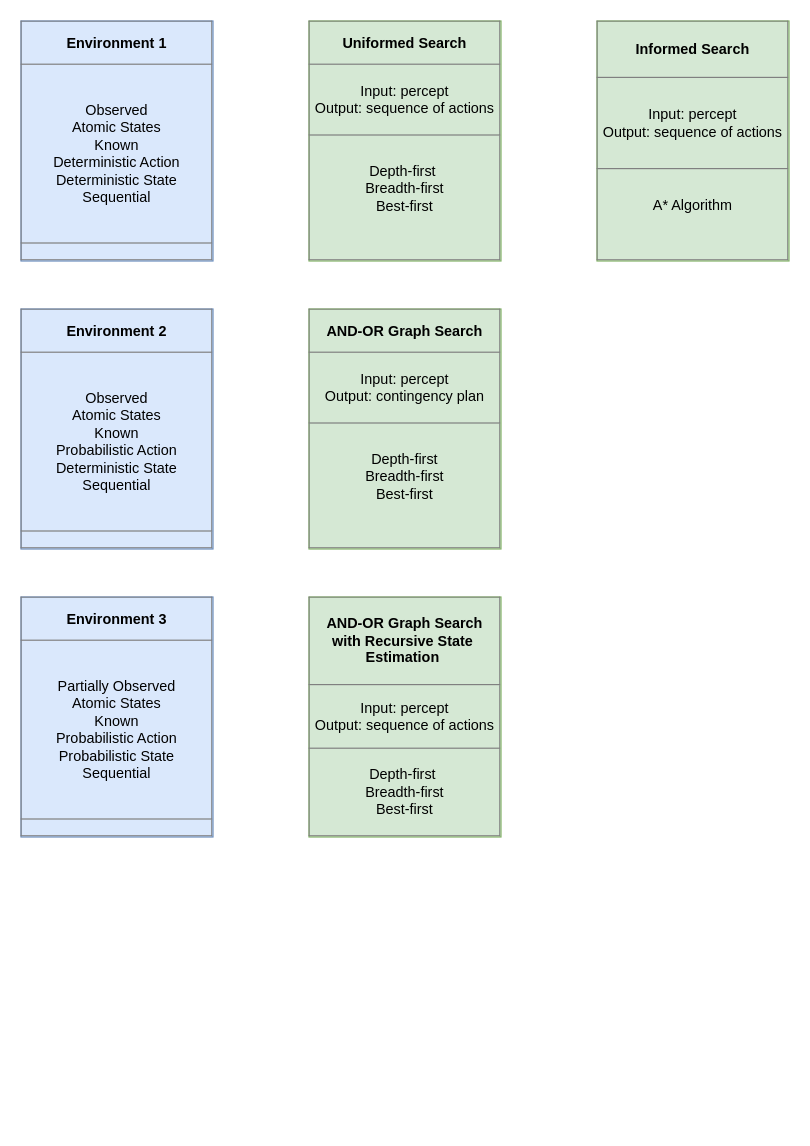
This is page "Alg-Taxonomy" (1 of 3) of docs/draw.io/ai-taxonomy.drawio from aishwaryakore5696/cs-gy-6613, a draw.io file, before an edit. Source tidied: cells renumbered, new cells numbered last; positions are measured from the earlier drawing's top-left corner, leaving out a move shared by most shapes. Both pictures are drawn from the tidied source at 120%, with x=0, y=0 at pixel (20, 20).
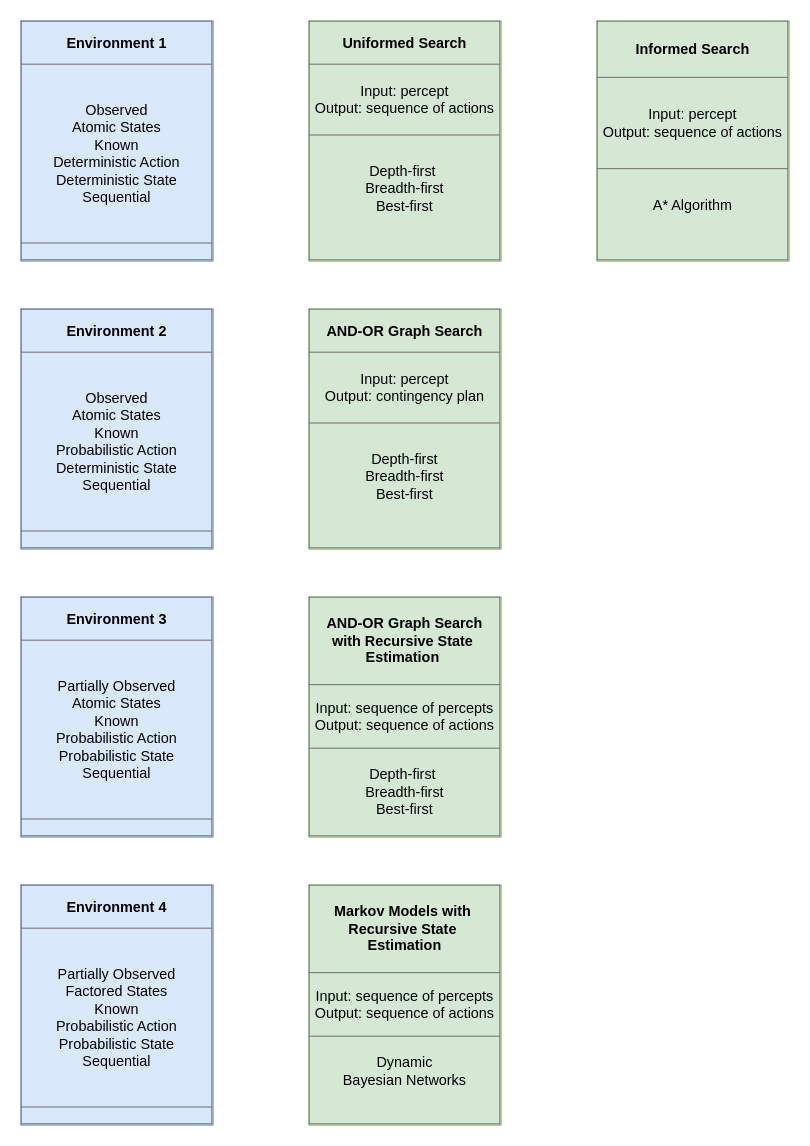
The same diagram, later.

What changed in the source:
```diff
@@
 <mxGraphModel>
   <root>
     <mxCell id="0" />
     <mxCell id="1" parent="0" />
     <mxCell id="2" value="&lt;table border=&quot;1&quot; width=&quot;100%&quot; cellpadding=&quot;4&quot; style=&quot;width: 100% ; height: 100% ; border-collapse: collapse&quot;&gt;&lt;tbody&gt;&lt;tr&gt;&lt;th align=&quot;center&quot;&gt;&lt;b&gt;Environment 1&lt;/b&gt;&lt;/th&gt;&lt;/tr&gt;&lt;tr&gt;&lt;td align=&quot;center&quot;&gt;Observed&lt;br&gt;Atomic States&lt;br&gt;Known&lt;br&gt;Deterministic Action&lt;br&gt;Deterministic State&lt;br&gt;Sequential&lt;/td&gt;&lt;/tr&gt;&lt;tr&gt;&lt;td align=&quot;center&quot;&gt;&lt;/td&gt;&lt;/tr&gt;&lt;/tbody&gt;&lt;/table&gt;" style="text;html=1;strokeColor=#6c8ebf;fillColor=#dae8fc;overflow=fill;labelBackgroundColor=none;spacingTop=0;spacingBottom=2;" parent="1" vertex="1">
       <mxGeometry width="160" height="200" as="geometry" />
     </mxCell>
     <mxCell id="3" value="&lt;table border=&quot;1&quot; width=&quot;100%&quot; cellpadding=&quot;4&quot; style=&quot;width: 100% ; height: 100% ; border-collapse: collapse&quot;&gt;&lt;tbody&gt;&lt;tr&gt;&lt;th align=&quot;center&quot;&gt;&lt;b&gt;Uniformed Search&lt;/b&gt;&lt;/th&gt;&lt;/tr&gt;&lt;tr&gt;&lt;td align=&quot;center&quot;&gt;Input: percept&lt;br&gt;Output: sequence of actions&lt;br&gt;&lt;/td&gt;&lt;/tr&gt;&lt;tr&gt;&lt;td align=&quot;center&quot;&gt;Depth-first&amp;nbsp;&lt;br&gt;Breadth-first&lt;br&gt;Best-first&lt;br&gt;&lt;br&gt;&lt;/td&gt;&lt;/tr&gt;&lt;/tbody&gt;&lt;/table&gt;" style="text;html=1;strokeColor=#82b366;fillColor=#d5e8d4;overflow=fill;labelBackgroundColor=none;spacingTop=0;spacingBottom=2;" parent="1" vertex="1">
       <mxGeometry x="240" width="160" height="200" as="geometry" />
     </mxCell>
     <mxCell id="4" value="&lt;table border=&quot;1&quot; width=&quot;100%&quot; cellpadding=&quot;4&quot; style=&quot;width: 100% ; height: 100% ; border-collapse: collapse&quot;&gt;&lt;tbody&gt;&lt;tr&gt;&lt;th align=&quot;center&quot;&gt;&lt;b&gt;Informed Search&lt;/b&gt;&lt;/th&gt;&lt;/tr&gt;&lt;tr&gt;&lt;td align=&quot;center&quot;&gt;Input: percept&lt;br&gt;Output: sequence of actions&lt;br&gt;&lt;/td&gt;&lt;/tr&gt;&lt;tr&gt;&lt;td align=&quot;center&quot;&gt;A* Algorithm&lt;br&gt;&lt;br&gt;&lt;/td&gt;&lt;/tr&gt;&lt;/tbody&gt;&lt;/table&gt;" style="text;html=1;strokeColor=#82b366;fillColor=#d5e8d4;overflow=fill;labelBackgroundColor=none;spacingTop=0;spacingBottom=2;" parent="1" vertex="1">
       <mxGeometry x="480" width="160" height="200" as="geometry" />
     </mxCell>
     <mxCell id="5" value="&lt;table border=&quot;1&quot; width=&quot;100%&quot; cellpadding=&quot;4&quot; style=&quot;width: 100% ; height: 100% ; border-collapse: collapse&quot;&gt;&lt;tbody&gt;&lt;tr&gt;&lt;th align=&quot;center&quot;&gt;&lt;b&gt;Environment 2&lt;/b&gt;&lt;/th&gt;&lt;/tr&gt;&lt;tr&gt;&lt;td align=&quot;center&quot;&gt;Observed&lt;br&gt;Atomic States&lt;br&gt;Known&lt;br&gt;Probabilistic Action&lt;br&gt;Deterministic State&lt;br&gt;Sequential&lt;/td&gt;&lt;/tr&gt;&lt;tr&gt;&lt;td align=&quot;center&quot;&gt;&lt;/td&gt;&lt;/tr&gt;&lt;/tbody&gt;&lt;/table&gt;" style="text;html=1;strokeColor=#6c8ebf;fillColor=#dae8fc;overflow=fill;labelBackgroundColor=none;spacingTop=0;spacingBottom=2;" parent="1" vertex="1">
       <mxGeometry y="240" width="160" height="200" as="geometry" />
     </mxCell>
     <mxCell id="6" value="&lt;table border=&quot;1&quot; width=&quot;100%&quot; cellpadding=&quot;4&quot; style=&quot;width: 100% ; height: 100% ; border-collapse: collapse&quot;&gt;&lt;tbody&gt;&lt;tr&gt;&lt;th align=&quot;center&quot;&gt;&lt;b&gt;AND-OR Graph Search&lt;/b&gt;&lt;/th&gt;&lt;/tr&gt;&lt;tr&gt;&lt;td align=&quot;center&quot;&gt;Input: percept&lt;br&gt;Output: contingency plan&lt;br&gt;&lt;/td&gt;&lt;/tr&gt;&lt;tr&gt;&lt;td align=&quot;center&quot;&gt;Depth-first &lt;br&gt;Breadth-first&lt;br&gt;Best-first&lt;br&gt;&lt;br&gt;&lt;/td&gt;&lt;/tr&gt;&lt;/tbody&gt;&lt;/table&gt;" style="text;html=1;strokeColor=#82b366;fillColor=#d5e8d4;overflow=fill;labelBackgroundColor=none;spacingTop=0;spacingBottom=2;" parent="1" vertex="1">
       <mxGeometry x="240" y="240" width="160" height="200" as="geometry" />
     </mxCell>
     <mxCell id="7" value="&lt;table border=&quot;1&quot; width=&quot;100%&quot; cellpadding=&quot;4&quot; style=&quot;width: 100% ; height: 100% ; border-collapse: collapse&quot;&gt;&lt;tbody&gt;&lt;tr&gt;&lt;th align=&quot;center&quot;&gt;&lt;b&gt;Environment 3&lt;/b&gt;&lt;/th&gt;&lt;/tr&gt;&lt;tr&gt;&lt;td align=&quot;center&quot;&gt;Partially Observed&lt;br&gt;Atomic States&lt;br&gt;Known&lt;br&gt;Probabilistic Action&lt;br&gt;Probabilistic State&lt;br&gt;Sequential&lt;/td&gt;&lt;/tr&gt;&lt;tr&gt;&lt;td align=&quot;center&quot;&gt;&lt;/td&gt;&lt;/tr&gt;&lt;/tbody&gt;&lt;/table&gt;" style="text;html=1;strokeColor=#6c8ebf;fillColor=#dae8fc;overflow=fill;labelBackgroundColor=none;spacingTop=0;spacingBottom=2;" parent="1" vertex="1">
       <mxGeometry y="480" width="160" height="200" as="geometry" />
     </mxCell>
-    <mxCell id="8" value="&lt;table border=&quot;1&quot; width=&quot;100%&quot; cellpadding=&quot;4&quot; style=&quot;width: 100% ; height: 100% ; border-collapse: collapse&quot;&gt;&lt;tbody&gt;&lt;tr&gt;&lt;th align=&quot;center&quot;&gt;AND-OR Graph Search&lt;br&gt;with Recursive State&amp;nbsp;&lt;br&gt;Estimation&amp;nbsp;&lt;/th&gt;&lt;/tr&gt;&lt;tr&gt;&lt;td align=&quot;center&quot;&gt;Input: percept&lt;br&gt;Output: sequence of actions&lt;br&gt;&lt;/td&gt;&lt;/tr&gt;&lt;tr&gt;&lt;td align=&quot;center&quot;&gt;Depth-first&amp;nbsp;&lt;br&gt;Breadth-first&lt;br&gt;Best-first&lt;br&gt;&lt;/td&gt;&lt;/tr&gt;&lt;/tbody&gt;&lt;/table&gt;" style="text;html=1;strokeColor=#82b366;fillColor=#d5e8d4;overflow=fill;labelBackgroundColor=none;spacingTop=0;spacingBottom=2;" parent="1" vertex="1">
+    <mxCell id="8" value="&lt;table border=&quot;1&quot; width=&quot;100%&quot; cellpadding=&quot;4&quot; style=&quot;width: 100% ; height: 100% ; border-collapse: collapse&quot;&gt;&lt;tbody&gt;&lt;tr&gt;&lt;th align=&quot;center&quot;&gt;AND-OR Graph Search&lt;br&gt;with Recursive State&amp;nbsp;&lt;br&gt;Estimation&amp;nbsp;&lt;/th&gt;&lt;/tr&gt;&lt;tr&gt;&lt;td align=&quot;center&quot;&gt;Input: sequence of percepts&lt;br&gt;Output: sequence of actions&lt;br&gt;&lt;/td&gt;&lt;/tr&gt;&lt;tr&gt;&lt;td align=&quot;center&quot;&gt;Depth-first&amp;nbsp;&lt;br&gt;Breadth-first&lt;br&gt;Best-first&lt;br&gt;&lt;/td&gt;&lt;/tr&gt;&lt;/tbody&gt;&lt;/table&gt;" style="text;html=1;strokeColor=#82b366;fillColor=#d5e8d4;overflow=fill;labelBackgroundColor=none;spacingTop=0;spacingBottom=2;" parent="1" vertex="1">
       <mxGeometry x="240" y="480" width="160" height="200" as="geometry" />
     </mxCell>
+    <mxCell id="9" value="&lt;table border=&quot;1&quot; width=&quot;100%&quot; cellpadding=&quot;4&quot; style=&quot;width: 100% ; height: 100% ; border-collapse: collapse&quot;&gt;&lt;tbody&gt;&lt;tr&gt;&lt;th align=&quot;center&quot;&gt;&lt;b&gt;Environment 4&lt;/b&gt;&lt;/th&gt;&lt;/tr&gt;&lt;tr&gt;&lt;td align=&quot;center&quot;&gt;Partially Observed&lt;br&gt;Factored States&lt;br&gt;Known&lt;br&gt;Probabilistic Action&lt;br&gt;Probabilistic State&lt;br&gt;Sequential&lt;/td&gt;&lt;/tr&gt;&lt;tr&gt;&lt;td align=&quot;center&quot;&gt;&lt;/td&gt;&lt;/tr&gt;&lt;/tbody&gt;&lt;/table&gt;" style="text;html=1;strokeColor=#6c8ebf;fillColor=#dae8fc;overflow=fill;labelBackgroundColor=none;spacingTop=0;spacingBottom=2;" parent="1" vertex="1">
+      <mxGeometry y="720" width="160" height="200" as="geometry" />
+    </mxCell>
+    <mxCell id="10" value="&lt;table border=&quot;1&quot; width=&quot;100%&quot; cellpadding=&quot;4&quot; style=&quot;width: 100% ; height: 100% ; border-collapse: collapse&quot;&gt;&lt;tbody&gt;&lt;tr&gt;&lt;th align=&quot;center&quot;&gt;Markov Models with&amp;nbsp;&lt;br&gt;Recursive State&amp;nbsp;&lt;br&gt;Estimation&lt;/th&gt;&lt;/tr&gt;&lt;tr&gt;&lt;td align=&quot;center&quot;&gt;Input: sequence of percepts&lt;br&gt;Output: sequence of actions&lt;br&gt;&lt;/td&gt;&lt;/tr&gt;&lt;tr&gt;&lt;td align=&quot;center&quot;&gt;Dynamic &lt;br&gt;Bayesian Networks&lt;br&gt;&lt;br&gt;&lt;/td&gt;&lt;/tr&gt;&lt;/tbody&gt;&lt;/table&gt;" style="text;html=1;strokeColor=#82b366;fillColor=#d5e8d4;overflow=fill;labelBackgroundColor=none;spacingTop=0;spacingBottom=2;" parent="1" vertex="1">
+      <mxGeometry x="240" y="720" width="160" height="200" as="geometry" />
+    </mxCell>
   </root>
 </mxGraphModel>
```
